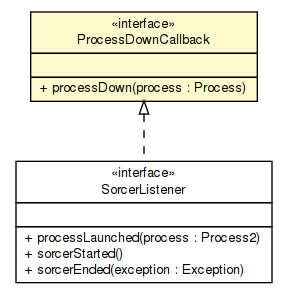
This is apidocs/sorcer/util/ProcessDownCallback.png from sorcersoft/sorcersoft.github.io, a Graphviz export, as it was before one commit. Its source is kept beside it as apidocs/sorcer/util/ProcessDownCallback.dot. Source of this version:
```dot

digraph G {
	edge [fontname="Helvetica",fontsize=10,labelfontname="Helvetica",labelfontsize=10];
	node [fontname="Helvetica",fontsize=10,shape=plaintext];
	nodesep=0.25;
	ranksep=0.5;
	c346138 [label=<<table title="sorcer.util.ProcessDownCallback" border="0" cellborder="1" cellspacing="0" cellpadding="2" port="p" bgcolor="lemonChiffon" href="./ProcessDownCallback.html">
		<tr><td><table border="0" cellspacing="0" cellpadding="1">
<tr><td align="center" balign="center"> &#171;interface&#187; </td></tr>
<tr><td align="center" balign="center"> ProcessDownCallback </td></tr>
		</table></td></tr>
		<tr><td><table border="0" cellspacing="0" cellpadding="1">
<tr><td align="left" balign="left">  </td></tr>
		</table></td></tr>
		<tr><td><table border="0" cellspacing="0" cellpadding="1">
<tr><td align="left" balign="left"> + processDown(process : Process) </td></tr>
		</table></td></tr>
		</table>>, URL="./ProcessDownCallback.html", fontname="Helvetica", fontcolor="black", fontsize=10.0];
	c346566 [label=<<table title="sorcer.launcher.SorcerListener" border="0" cellborder="1" cellspacing="0" cellpadding="2" port="p" href="../launcher/SorcerListener.html">
		<tr><td><table border="0" cellspacing="0" cellpadding="1">
<tr><td align="center" balign="center"> &#171;interface&#187; </td></tr>
<tr><td align="center" balign="center"> SorcerListener </td></tr>
		</table></td></tr>
		<tr><td><table border="0" cellspacing="0" cellpadding="1">
<tr><td align="left" balign="left">  </td></tr>
		</table></td></tr>
		<tr><td><table border="0" cellspacing="0" cellpadding="1">
<tr><td align="left" balign="left"> + processLaunched(process : Process2) </td></tr>
<tr><td align="left" balign="left"> + sorcerStarted() </td></tr>
<tr><td align="left" balign="left"> + sorcerEnded(exception : Exception) </td></tr>
		</table></td></tr>
		</table>>, URL="../launcher/SorcerListener.html", fontname="Helvetica", fontcolor="black", fontsize=10.0];
	c346138:p -> c346566:p [dir=back,arrowtail=empty,style=dashed];
}
```
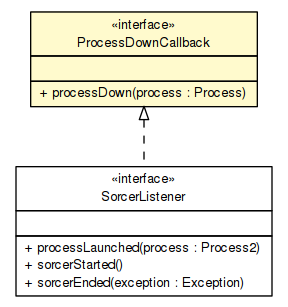
Later version of the same file.

The edit, as a diff of the source:
```diff
@@ -4,7 +4,7 @@
 	node [fontname="Helvetica",fontsize=10,shape=plaintext];
 	nodesep=0.25;
 	ranksep=0.5;
-	c346138 [label=<<table title="sorcer.util.ProcessDownCallback" border="0" cellborder="1" cellspacing="0" cellpadding="2" port="p" bgcolor="lemonChiffon" href="./ProcessDownCallback.html">
+	c391885 [label=<<table title="sorcer.util.ProcessDownCallback" border="0" cellborder="1" cellspacing="0" cellpadding="2" port="p" bgcolor="lemonChiffon" href="./ProcessDownCallback.html">
 		<tr><td><table border="0" cellspacing="0" cellpadding="1">
 <tr><td align="center" balign="center"> &#171;interface&#187; </td></tr>
 <tr><td align="center" balign="center"> ProcessDownCallback </td></tr>
@@ -16,7 +16,7 @@
 <tr><td align="left" balign="left"> + processDown(process : Process) </td></tr>
 		</table></td></tr>
 		</table>>, URL="./ProcessDownCallback.html", fontname="Helvetica", fontcolor="black", fontsize=10.0];
-	c346566 [label=<<table title="sorcer.launcher.SorcerListener" border="0" cellborder="1" cellspacing="0" cellpadding="2" port="p" href="../launcher/SorcerListener.html">
+	c392317 [label=<<table title="sorcer.launcher.SorcerListener" border="0" cellborder="1" cellspacing="0" cellpadding="2" port="p" href="../launcher/SorcerListener.html">
 		<tr><td><table border="0" cellspacing="0" cellpadding="1">
 <tr><td align="center" balign="center"> &#171;interface&#187; </td></tr>
 <tr><td align="center" balign="center"> SorcerListener </td></tr>
@@ -30,5 +30,5 @@
 <tr><td align="left" balign="left"> + sorcerEnded(exception : Exception) </td></tr>
 		</table></td></tr>
 		</table>>, URL="../launcher/SorcerListener.html", fontname="Helvetica", fontcolor="black", fontsize=10.0];
-	c346138:p -> c346566:p [dir=back,arrowtail=empty,style=dashed];
+	c391885:p -> c392317:p [dir=back,arrowtail=empty,style=dashed];
 }
```
